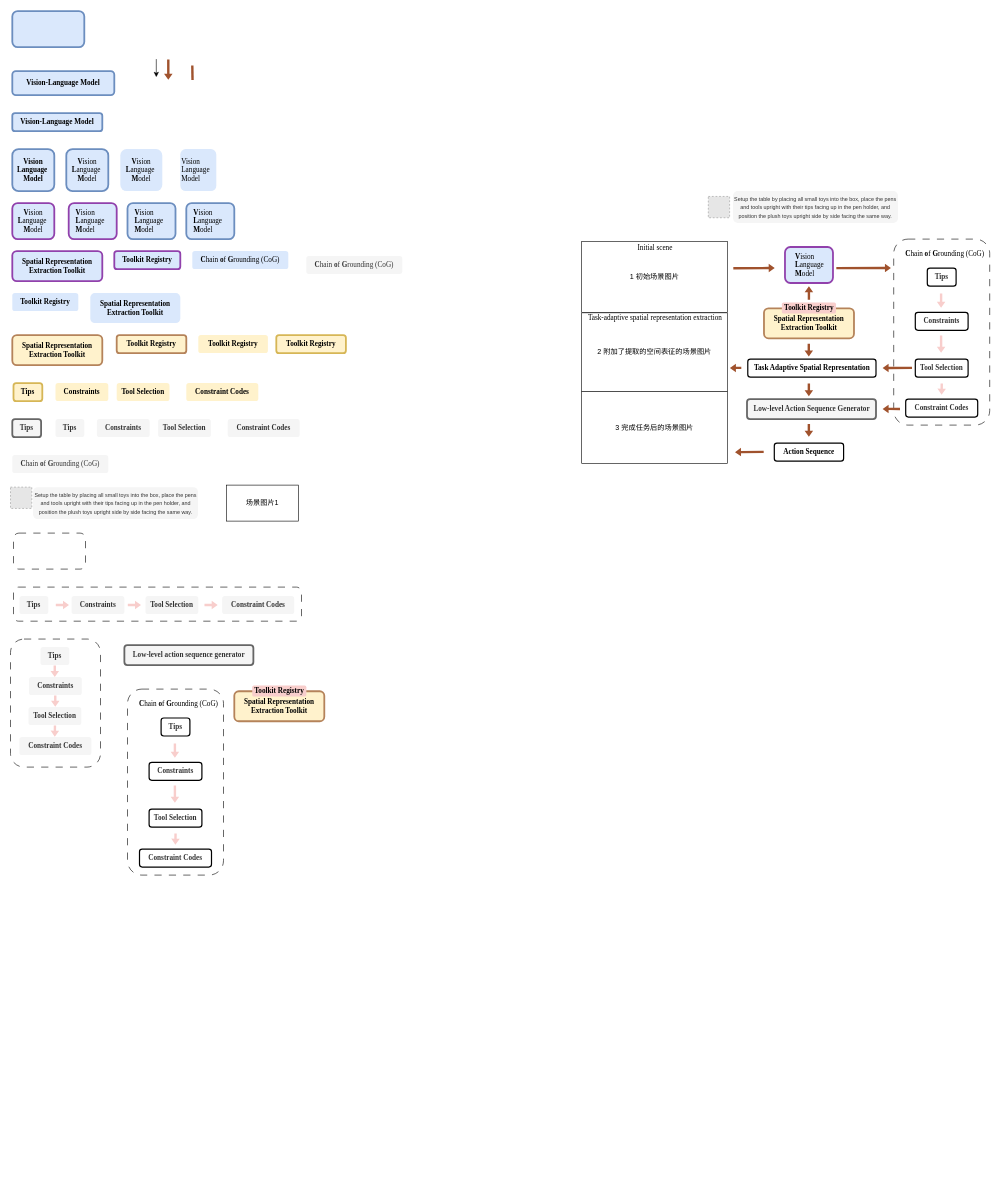
The draw.io diagram taki.drawio in AnonAnonAnonAnonAnon/Figure_live, before the edit. Source tidied: cells renumbered, new cells numbered last; positions are measured from the earlier drawing's top-left corner, leaving out a move shared by most shapes. Both pictures are drawn from the tidied source at 60%, with x=0, y=0 at pixel (10, 11). Pictures stored in the file or linked from it are replaced by grey dashed boxes.
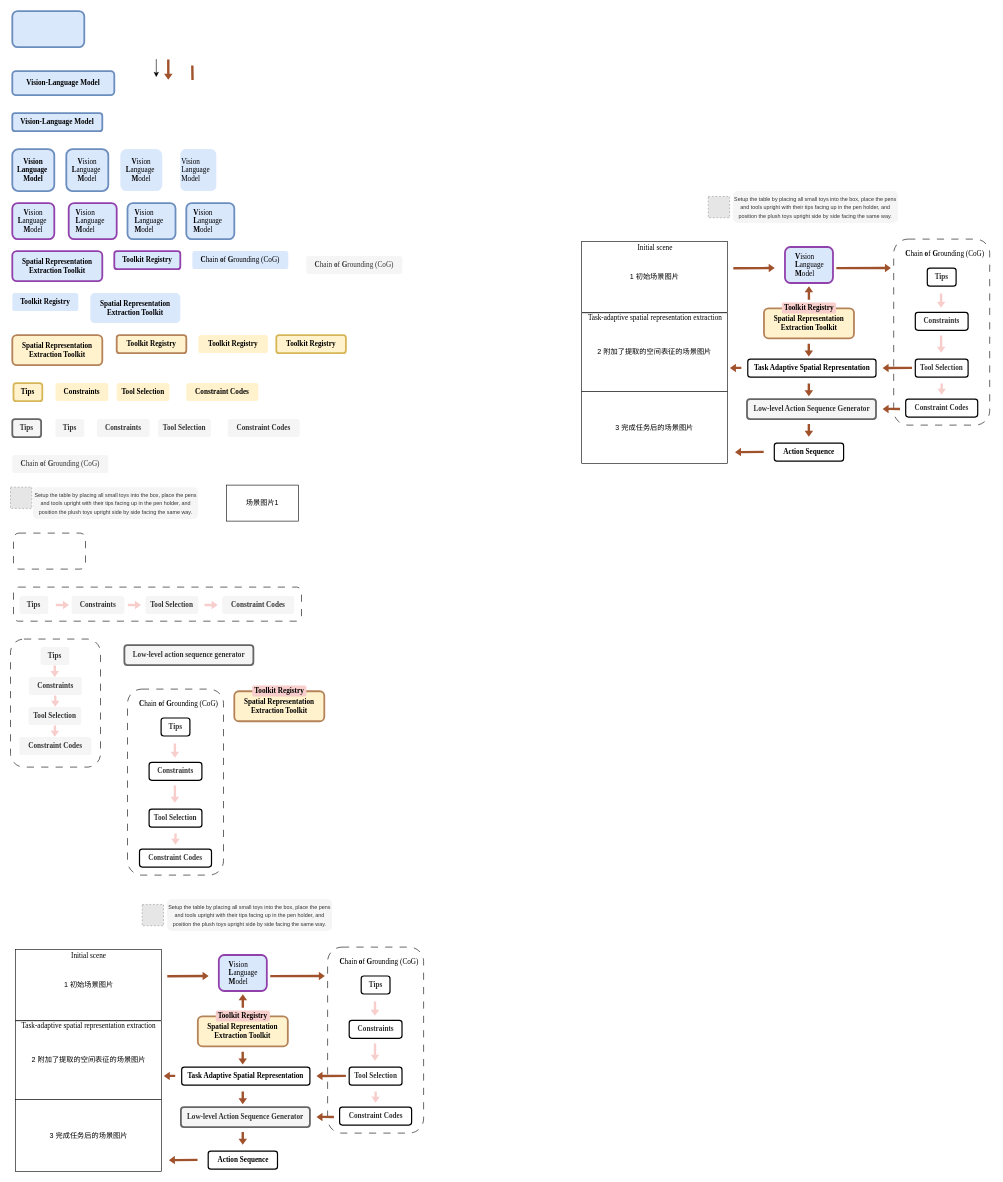
Above is the later version.

Diff of the diagram source:
```diff
@@
+    <mxCell id="104" value="1 初始场景图片" style="rounded=0;whiteSpace=wrap;html=1;" parent="1" vertex="1">
+      <mxGeometry x="8.5" y="1563.8" width="243" height="118.8" as="geometry" />
+    </mxCell>
+    <mxCell id="105" style="fillColor=#E6E6E6;strokeColor=#999999;dashed=1;verticalLabelPosition=bottom;labelBackgroundColor=default;verticalAlign=top;" parent="1" vertex="1">
+      <mxGeometry x="219.5" y="1488.9" width="35.5" height="35.5" as="geometry" />
+    </mxCell>
+    <mxCell id="106" value="&lt;p&gt;&lt;font style=&quot;font-size: 9px;&quot;&gt;Setup the table by placing all small toys into the box, place the pens and tools upright with their tips facing up in the pen holder, and position the plush toys upright side by side facing the same way.&lt;/font&gt;&lt;/p&gt;" style="rounded=1;whiteSpace=wrap;html=1;strokeWidth=3;fillColor=#f5f5f5;strokeColor=none;align=center;fontColor=#333333;" parent="1" vertex="1">
+      <mxGeometry x="260.8" y="1480" width="275" height="53.2" as="geometry" />
+    </mxCell>
+    <mxCell id="107" style="rounded=1;whiteSpace=wrap;html=1;strokeWidth=3;fillColor=#dae8fc;strokeColor=light-dark(#9141ac, #a9adff);align=center;" parent="1" vertex="1">
+      <mxGeometry x="347.2" y="1573.2" width="80" height="60" as="geometry" />
+    </mxCell>
+    <mxCell id="108" value="&lt;div align=&quot;left&quot;&gt;&lt;font face=&quot;Times New Roman&quot;&gt;&lt;b&gt;V&lt;/b&gt;ision&lt;/font&gt;&lt;/div&gt;&lt;div align=&quot;left&quot;&gt;&lt;font face=&quot;Times New Roman&quot;&gt;&lt;b&gt;L&lt;/b&gt;anguage&lt;/font&gt;&lt;/div&gt;&lt;div align=&quot;left&quot;&gt;&lt;font face=&quot;Times New Roman&quot;&gt;&lt;b&gt;M&lt;/b&gt;odel&lt;/font&gt;&lt;/div&gt;" style="text;html=1;align=left;verticalAlign=middle;strokeColor=none;fillColor=none;" parent="1" vertex="1">
+      <mxGeometry x="362.4" y="1573.2" width="70" height="60" as="geometry" />
+    </mxCell>
+    <mxCell id="109" value="&lt;font face=&quot;Times New Roman&quot;&gt;&lt;b&gt;Spatial Representation Extraction Toolkit&lt;/b&gt;&lt;/font&gt;" style="rounded=1;whiteSpace=wrap;html=1;strokeWidth=3;fillColor=#fff2cc;strokeColor=light-dark(#b5835a, #00a200);align=center;" parent="1" vertex="1">
+      <mxGeometry x="312.2" y="1675.3" width="150" height="50" as="geometry" />
+    </mxCell>
+    <mxCell id="110" value="&lt;font face=&quot;Times New Roman&quot;&gt;&lt;b&gt;Toolkit Registry&lt;/b&gt;&lt;/font&gt;" style="rounded=1;whiteSpace=wrap;html=1;strokeWidth=3;fillColor=#f8cecc;strokeColor=none;align=center;" parent="1" vertex="1">
+      <mxGeometry x="342.1" y="1665.8" width="90.2" height="18.4" as="geometry" />
+    </mxCell>
+    <mxCell id="111" value="&lt;b&gt;&lt;font face=&quot;Times New Roman&quot;&gt;Tips&lt;/font&gt;&lt;/b&gt;" style="rounded=1;whiteSpace=wrap;html=1;strokeWidth=2;fillColor=none;strokeColor=default;align=center;fontColor=#333333;" parent="1" vertex="1">
+      <mxGeometry x="584.5" y="1608.2" width="48" height="30" as="geometry" />
+    </mxCell>
+    <mxCell id="112" value="&lt;font face=&quot;Times New Roman&quot;&gt;&lt;b&gt;Constraints&lt;/b&gt;&lt;/font&gt;" style="rounded=1;whiteSpace=wrap;html=1;strokeWidth=2;fillColor=none;strokeColor=default;align=center;fontColor=#333333;" parent="1" vertex="1">
+      <mxGeometry x="564.5" y="1682" width="88" height="30" as="geometry" />
+    </mxCell>
+    <mxCell id="113" value="&lt;font face=&quot;Times New Roman&quot;&gt;&lt;b&gt;Tool Selection&lt;/b&gt;&lt;/font&gt;" style="rounded=1;whiteSpace=wrap;html=1;strokeWidth=2;fillColor=none;strokeColor=default;align=center;fontColor=#333333;" parent="1" vertex="1">
+      <mxGeometry x="564.5" y="1760" width="88" height="30" as="geometry" />
+    </mxCell>
+    <mxCell id="114" value="&lt;font face=&quot;Times New Roman&quot;&gt;&lt;b&gt;Constraint Codes&lt;/b&gt;&lt;/font&gt;" style="rounded=1;whiteSpace=wrap;html=1;strokeWidth=2;fillColor=none;strokeColor=default;align=center;fontColor=#333333;" parent="1" vertex="1">
+      <mxGeometry x="548.5" y="1826.6" width="120" height="30" as="geometry" />
+    </mxCell>
+    <mxCell id="115" style="rounded=1;whiteSpace=wrap;html=1;fillColor=none;dashed=1;dashPattern=12 12;" parent="1" vertex="1">
+      <mxGeometry x="528.5" y="1560" width="160" height="310" as="geometry" />
+    </mxCell>
+    <mxCell id="116" style="shape=flexArrow;endArrow=classic;html=1;rounded=0;fillColor=#f8cecc;strokeColor=none;targetPerimeterSpacing=0;endSize=3;startSize=6;endWidth=9.2;width=4;shadow=0;" parent="1" edge="1">
+      <mxGeometry relative="1" as="geometry">
+        <mxPoint x="607.5" y="1650" as="sourcePoint" />
+        <mxPoint x="607.5" y="1675.1" as="targetPoint" />
+      </mxGeometry>
+    </mxCell>
+    <mxCell id="117" style="shape=flexArrow;endArrow=classic;html=1;rounded=0;fillColor=#f8cecc;strokeColor=none;targetPerimeterSpacing=0;endSize=3;startSize=6;endWidth=9.2;width=4;shadow=0;" parent="1" edge="1">
+      <mxGeometry relative="1" as="geometry">
+        <mxPoint x="608.6" y="1800" as="sourcePoint" />
+        <mxPoint x="608.3" y="1819.8" as="targetPoint" />
+      </mxGeometry>
+    </mxCell>
+    <mxCell id="118" style="shape=flexArrow;endArrow=classic;html=1;rounded=0;fillColor=#f8cecc;strokeColor=none;targetPerimeterSpacing=0;endSize=3;startSize=6;endWidth=9.2;width=4;shadow=0;" parent="1" edge="1">
+      <mxGeometry relative="1" as="geometry">
+        <mxPoint x="607.5" y="1720" as="sourcePoint" />
+        <mxPoint x="607.5" y="1750" as="targetPoint" />
+      </mxGeometry>
+    </mxCell>
+    <mxCell id="119" value="&lt;div&gt;&lt;div class=&quot;old-record-id-Jpved50hUo4uE4xDqZKcLIfEnAk&quot;&gt;&lt;font face=&quot;Times New Roman&quot;&gt;&lt;b&gt;C&lt;/b&gt;hain &lt;b&gt;o&lt;/b&gt;f &lt;b&gt;G&lt;/b&gt;rounding (CoG)&lt;/font&gt;&lt;/div&gt;&lt;/div&gt;&lt;font face=&quot;Times New Roman&quot;&gt;&lt;span data-lark-record-data=&quot;{&amp;quot;rootId&amp;quot;:&amp;quot;Y6xqdsJ0JoNIp3x1KjNcxyL0n1f&amp;quot;,&amp;quot;text&amp;quot;:{&amp;quot;initialAttributedTexts&amp;quot;:{&amp;quot;text&amp;quot;:{&amp;quot;0&amp;quot;:&amp;quot;Chain of Grounding (CoG)&amp;quot;},&amp;quot;attribs&amp;quot;:{&amp;quot;0&amp;quot;:&amp;quot;*0+o&amp;quot;}},&amp;quot;apool&amp;quot;:{&amp;quot;numToAttrib&amp;quot;:{&amp;quot;0&amp;quot;:[&amp;quot;author&amp;quot;,&amp;quot;7455933905562779650&amp;quot;]},&amp;quot;nextNum&amp;quot;:1}},&amp;quot;type&amp;quot;:&amp;quot;text&amp;quot;,&amp;quot;referenceRecordMap&amp;quot;:{},&amp;quot;extra&amp;quot;:{&amp;quot;channel&amp;quot;:&amp;quot;saas&amp;quot;,&amp;quot;isEqualBlockSelection&amp;quot;:false,&amp;quot;pasteRandomId&amp;quot;:&amp;quot;5d08a9c0-3101-4293-8adc-91da2f840806&amp;quot;,&amp;quot;mention_page_title&amp;quot;:{},&amp;quot;external_mention_url&amp;quot;:{}},&amp;quot;isKeepQuoteContainer&amp;quot;:false,&amp;quot;isFromCode&amp;quot;:false,&amp;quot;selection&amp;quot;:[{&amp;quot;id&amp;quot;:1047,&amp;quot;type&amp;quot;:&amp;quot;text&amp;quot;,&amp;quot;selection&amp;quot;:{&amp;quot;start&amp;quot;:4,&amp;quot;end&amp;quot;:28},&amp;quot;recordId&amp;quot;:&amp;quot;Jpved50hUo4uE4xDqZKcLIfEnAk&amp;quot;}],&amp;quot;payloadMap&amp;quot;:{},&amp;quot;isCut&amp;quot;:false}&quot; class=&quot;lark-record-clipboard&quot;&gt;&lt;/span&gt;&lt;/font&gt;" style="text;html=1;align=center;verticalAlign=middle;strokeColor=none;fillColor=none;" parent="1" vertex="1">
+      <mxGeometry x="533.5" y="1568.8" width="160" height="30" as="geometry" />
+    </mxCell>
+    <mxCell id="120" value="2 附加了提取的空间表征的场景图片" style="rounded=0;whiteSpace=wrap;html=1;" parent="1" vertex="1">
+      <mxGeometry x="8.5" y="1682.9" width="243" height="130.9" as="geometry" />
+    </mxCell>
+    <mxCell id="121" value="&lt;font face=&quot;Times New Roman&quot;&gt;Task-adaptive spatial representation extraction&lt;/font&gt;" style="text;html=1;align=center;verticalAlign=middle;strokeColor=none;fillColor=none;" parent="1" vertex="1">
+      <mxGeometry x="5" y="1677" width="250" height="30" as="geometry" />
+    </mxCell>
+    <mxCell id="122" style="shape=flexArrow;endArrow=classic;html=1;rounded=0;fillColor=#a0522d;strokeColor=none;targetPerimeterSpacing=0;endSize=3;startSize=6;endWidth=9.2;width=4;shadow=0;" parent="1" edge="1">
+      <mxGeometry relative="1" as="geometry">
+        <mxPoint x="387.2" y="1661.6" as="sourcePoint" />
+        <mxPoint x="387.2" y="1638.2" as="targetPoint" />
+      </mxGeometry>
+    </mxCell>
+    <mxCell id="123" style="shape=flexArrow;endArrow=classic;html=1;rounded=0;fillColor=#a0522d;strokeColor=none;targetPerimeterSpacing=0;endSize=3;startSize=6;endWidth=9.2;width=4;shadow=0;" parent="1" edge="1">
+      <mxGeometry relative="1" as="geometry">
+        <mxPoint x="432.4" y="1608.3" as="sourcePoint" />
+        <mxPoint x="524.4" y="1608.2" as="targetPoint" />
+      </mxGeometry>
+    </mxCell>
+    <mxCell id="124" value="3 完成任务后的场景图片" style="rounded=0;whiteSpace=wrap;html=1;" parent="1" vertex="1">
+      <mxGeometry x="8.5" y="1813.8" width="243" height="120" as="geometry" />
+    </mxCell>
+    <mxCell id="125" value="&lt;font face=&quot;Times New Roman&quot;&gt;&lt;b&gt;Low-level Action Sequence Generator&lt;/b&gt;&lt;/font&gt;" style="rounded=1;whiteSpace=wrap;html=1;strokeWidth=3;fillColor=#f5f5f5;strokeColor=#666666;align=center;fontColor=#333333;" parent="1" vertex="1">
+      <mxGeometry x="284" y="1826.6" width="215" height="33.4" as="geometry" />
+    </mxCell>
+    <mxCell id="126" value="&lt;font face=&quot;Times New Roman&quot;&gt;&lt;span lang=&quot;en&quot; class=&quot;HwtZe&quot;&gt;&lt;span class=&quot;jCAhz ChMk0b&quot;&gt;&lt;span class=&quot;ryNqvb&quot;&gt;Initial scene&lt;/span&gt;&lt;/span&gt;&lt;/span&gt;&lt;/font&gt;" style="text;html=1;align=center;verticalAlign=middle;strokeColor=none;fillColor=none;" parent="1" vertex="1">
+      <mxGeometry x="90" y="1560" width="80" height="30" as="geometry" />
+    </mxCell>
+    <mxCell id="127" value="&lt;b&gt;&lt;font face=&quot;Times New Roman&quot;&gt;Task Adaptive Spatial Representation&lt;/font&gt;&lt;/b&gt;" style="rounded=1;whiteSpace=wrap;html=1;strokeWidth=2;fillColor=none;strokeColor=default;align=center;" parent="1" vertex="1">
+      <mxGeometry x="285.3" y="1760" width="213.7" height="30" as="geometry" />
+    </mxCell>
+    <mxCell id="128" style="shape=flexArrow;endArrow=classic;html=1;rounded=0;fillColor=#a0522d;strokeColor=none;targetPerimeterSpacing=0;endSize=3;startSize=6;endWidth=9.2;width=4;shadow=0;" parent="1" edge="1">
+      <mxGeometry relative="1" as="geometry">
+        <mxPoint x="559.5" y="1774.7" as="sourcePoint" />
+        <mxPoint x="509.5" y="1774.9" as="targetPoint" />
+      </mxGeometry>
+    </mxCell>
+    <mxCell id="129" style="shape=flexArrow;endArrow=classic;html=1;rounded=0;fillColor=#a0522d;strokeColor=none;targetPerimeterSpacing=0;endSize=3;startSize=6;endWidth=9.2;width=4;shadow=0;" parent="1" edge="1">
+      <mxGeometry relative="1" as="geometry">
+        <mxPoint x="387.1" y="1867.5" as="sourcePoint" />
+        <mxPoint x="387.1" y="1890" as="targetPoint" />
+      </mxGeometry>
+    </mxCell>
+    <mxCell id="130" style="shape=flexArrow;endArrow=classic;html=1;rounded=0;fillColor=#a0522d;strokeColor=none;targetPerimeterSpacing=0;endSize=3;startSize=6;endWidth=9.2;width=4;shadow=0;" parent="1" edge="1">
+      <mxGeometry relative="1" as="geometry">
+        <mxPoint x="387" y="1733.8" as="sourcePoint" />
+        <mxPoint x="387" y="1756.2" as="targetPoint" />
+      </mxGeometry>
+    </mxCell>
+    <mxCell id="131" style="shape=flexArrow;endArrow=classic;html=1;rounded=0;fillColor=#a0522d;strokeColor=none;targetPerimeterSpacing=0;endSize=3;startSize=6;endWidth=9.2;width=4;shadow=0;" parent="1" edge="1">
+      <mxGeometry relative="1" as="geometry">
+        <mxPoint x="387.1" y="1800" as="sourcePoint" />
+        <mxPoint x="387.1" y="1822.5" as="targetPoint" />
+      </mxGeometry>
+    </mxCell>
+    <mxCell id="132" style="shape=flexArrow;endArrow=classic;html=1;rounded=0;fillColor=#a0522d;strokeColor=none;targetPerimeterSpacing=0;endSize=3;startSize=6;endWidth=9.2;width=4;shadow=0;" parent="1" edge="1">
+      <mxGeometry relative="1" as="geometry">
+        <mxPoint x="539.5" y="1843.1" as="sourcePoint" />
+        <mxPoint x="509.5" y="1843" as="targetPoint" />
+      </mxGeometry>
+    </mxCell>
+    <mxCell id="133" value="&lt;font face=&quot;Times New Roman&quot;&gt;&lt;b&gt;Action Sequence&lt;/b&gt;&lt;/font&gt;" style="rounded=1;whiteSpace=wrap;html=1;strokeWidth=2;fillColor=none;strokeColor=default;align=center;" parent="1" vertex="1">
+      <mxGeometry x="329.5" y="1900" width="115.5" height="30" as="geometry" />
+    </mxCell>
+    <mxCell id="134" style="shape=flexArrow;endArrow=classic;html=1;rounded=0;fillColor=#a0522d;strokeColor=none;targetPerimeterSpacing=0;endSize=3;startSize=6;endWidth=9.2;width=4;shadow=0;" parent="1" edge="1">
+      <mxGeometry relative="1" as="geometry">
+        <mxPoint x="260.8" y="1608.7" as="sourcePoint" />
+        <mxPoint x="330.7" y="1608.2" as="targetPoint" />
+      </mxGeometry>
+    </mxCell>
+    <mxCell id="135" style="shape=flexArrow;endArrow=classic;html=1;rounded=0;fillColor=#a0522d;strokeColor=none;targetPerimeterSpacing=0;endSize=3;startSize=6;endWidth=9.2;width=4;shadow=0;" parent="1" edge="1">
+      <mxGeometry relative="1" as="geometry">
+        <mxPoint x="275" y="1774.7" as="sourcePoint" />
+        <mxPoint x="255" y="1774.7" as="targetPoint" />
+      </mxGeometry>
+    </mxCell>
+    <mxCell id="136" style="shape=flexArrow;endArrow=classic;html=1;rounded=0;fillColor=#a0522d;strokeColor=none;targetPerimeterSpacing=0;endSize=3;startSize=6;endWidth=9.2;width=4;shadow=0;" parent="1" edge="1">
+      <mxGeometry relative="1" as="geometry">
+        <mxPoint x="312.2" y="1914.7" as="sourcePoint" />
+        <mxPoint x="263.5" y="1915.1" as="targetPoint" />
+      </mxGeometry>
+    </mxCell>
```
